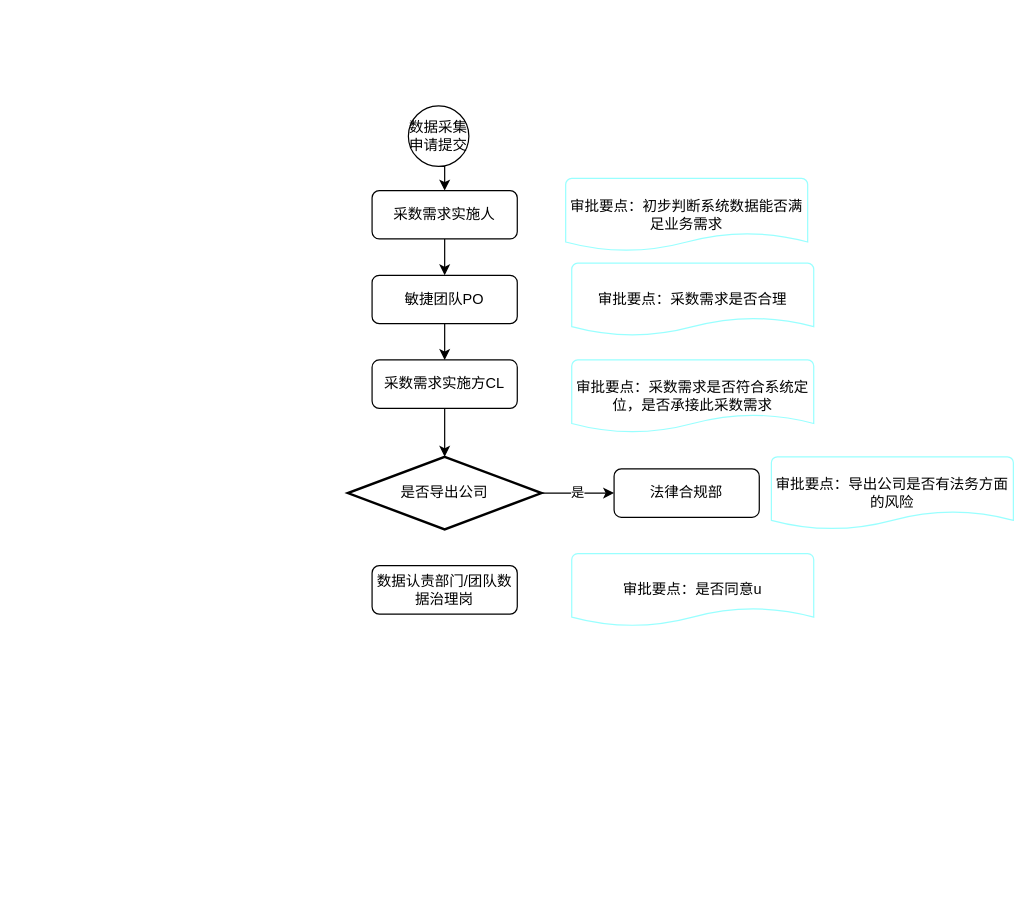
This is 数据授权.drawio from sidonghua/wuziqi, a draw.io file, before an edit. Source tidied: cells renumbered, new cells numbered last; positions are measured from the earlier drawing's top-left corner, leaving out a move shared by most shapes. Both pictures are drawn from the tidied source at 121%, with x=0, y=0 at pixel (347, 105).
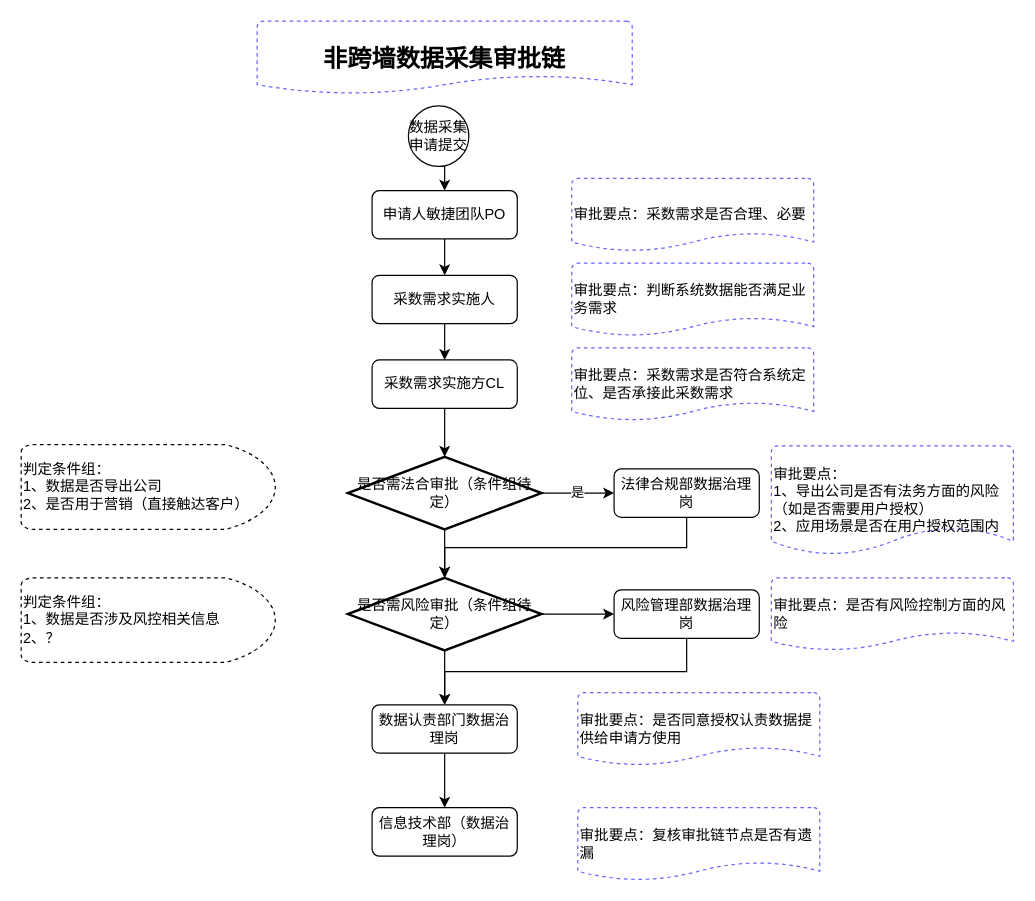
The same page after the edit.

Change to the diagram source:
```diff
@@
-    <mxCell id="5" value="敏捷团队PO" style="rounded=1;whiteSpace=wrap;html=1;" parent="1" vertex="1">
+    <mxCell id="5" value="&lt;span&gt;采数需求实施人&lt;/span&gt;" style="rounded=1;whiteSpace=wrap;html=1;" parent="1" vertex="1">
       <mxGeometry x="20" y="140" width="120" height="40" as="geometry" />
     </mxCell>
@@
-    <mxCell id="8" value="审批要点：采数需求是否合理" style="strokeWidth=1;html=1;shape=mxgraph.flowchart.document2;whiteSpace=wrap;size=0.25;strokeColor=#99FFFF;" parent="1" vertex="1">
-      <mxGeometry x="185" y="130" width="200" height="60" as="geometry" />
+    <mxCell id="8" value="审批要点：采数需求是否合理、必要" style="strokeWidth=1;html=1;shape=mxgraph.flowchart.document2;whiteSpace=wrap;size=0.25;strokeColor=#6666FF;align=left;dashed=1;" parent="1" vertex="1">
+      <mxGeometry x="185" y="60" width="200" height="60" as="geometry" />
     </mxCell>
@@
-    <mxCell id="10" value="采数需求实施人" style="rounded=1;whiteSpace=wrap;html=1;" parent="1" vertex="1">
+    <mxCell id="10" value="申请人敏捷团队PO" style="rounded=1;whiteSpace=wrap;html=1;" parent="1" vertex="1">
       <mxGeometry x="20" y="70" width="120" height="40" as="geometry" />
     </mxCell>
-    <mxCell id="11" value="审批要点：初步判断系统数据能否满足业务需求" style="strokeWidth=1;html=1;shape=mxgraph.flowchart.document2;whiteSpace=wrap;size=0.25;strokeColor=#99FFFF;" parent="1" vertex="1">
-      <mxGeometry x="180" y="60" width="200" height="60" as="geometry" />
+    <mxCell id="11" value="审批要点：判断系统数据能否满足业务需求" style="strokeWidth=1;html=1;shape=mxgraph.flowchart.document2;whiteSpace=wrap;size=0.25;strokeColor=#6666FF;align=left;dashed=1;" parent="1" vertex="1">
+      <mxGeometry x="185" y="130" width="200" height="60" as="geometry" />
     </mxCell>
-    <mxCell id="12" value="审批要点：采数需求是否符合系统定位，是否承接此采数需求" style="strokeWidth=1;html=1;shape=mxgraph.flowchart.document2;whiteSpace=wrap;size=0.25;strokeColor=#99FFFF;" parent="1" vertex="1">
-      <mxGeometry x="185" y="210" width="200" height="60" as="geometry" />
+    <mxCell id="12" value="审批要点：采数需求是否符合系统定位、是否承接此采数需求" style="strokeWidth=1;html=1;shape=mxgraph.flowchart.document2;whiteSpace=wrap;size=0.25;strokeColor=#6666FF;align=left;dashed=1;" parent="1" vertex="1">
+      <mxGeometry x="185" y="200" width="200" height="60" as="geometry" />
     </mxCell>
+    <mxCell id="19" style="edgeStyle=orthogonalEdgeStyle;rounded=0;jettySize=auto;html=1;exitX=0.5;exitY=1;exitDx=0;exitDy=0;entryX=0.5;entryY=0;entryDx=0;entryDy=0;entryPerimeter=0;" parent="1" edge="1" source="13" target="28">
+      <mxGeometry relative="1" as="geometry" />
+    </mxCell>
-    <mxCell id="13" value="法律合规部" style="rounded=1;whiteSpace=wrap;html=1;" parent="1" vertex="1">
+    <mxCell id="13" value="法律合规部数据治理岗" style="rounded=1;whiteSpace=wrap;html=1;" parent="1" vertex="1">
       <mxGeometry x="220" y="300" width="120" height="40" as="geometry" />
     </mxCell>
-    <mxCell id="14" value="审批要点：导出公司是否有法务方面的风险" style="strokeWidth=1;html=1;shape=mxgraph.flowchart.document2;whiteSpace=wrap;size=0.25;strokeColor=#99FFFF;" parent="1" vertex="1">
-      <mxGeometry x="350" y="290" width="200" height="60" as="geometry" />
+    <mxCell id="14" value="审批要点：&lt;br&gt;1、导出公司是否有法务方面的风险（如是否需要用户授权）&lt;br&gt;2、应用场景是否在用户授权范围内" style="strokeWidth=1;html=1;shape=mxgraph.flowchart.document2;whiteSpace=wrap;size=0.25;strokeColor=#6666FF;align=left;dashed=1;" parent="1" vertex="1">
+      <mxGeometry x="350" y="281" width="200" height="90" as="geometry" />
     </mxCell>
@@
+    <mxCell id="20" style="edgeStyle=orthogonalEdgeStyle;rounded=0;jettySize=auto;html=1;exitX=0.5;exitY=1;exitDx=0;exitDy=0;exitPerimeter=0;entryX=0.5;entryY=0;entryDx=0;entryDy=0;entryPerimeter=0;" parent="1" edge="1" source="16" target="28">
+      <mxGeometry relative="1" as="geometry" />
+    </mxCell>
-    <mxCell id="16" value="是否导出公司" style="strokeWidth=2;html=1;shape=mxgraph.flowchart.decision;whiteSpace=wrap;" parent="1" vertex="1">
+    <mxCell id="16" value="是否需法合审批（条件组待定）" style="strokeWidth=2;html=1;shape=mxgraph.flowchart.decision;whiteSpace=wrap;" parent="1" vertex="1">
       <mxGeometry y="290" width="160" height="60" as="geometry" />
     </mxCell>
-    <mxCell id="17" value="数据认责部门/团队数据治理岗" style="rounded=1;whiteSpace=wrap;html=1;" parent="1" vertex="1">
-      <mxGeometry x="20" y="380" width="120" height="40" as="geometry" />
-    </mxCell>
-    <mxCell id="18" value="审批要点：是否同意u" style="strokeWidth=1;html=1;shape=mxgraph.flowchart.document2;whiteSpace=wrap;size=0.25;strokeColor=#99FFFF;" parent="1" vertex="1">
-      <mxGeometry x="185" y="370" width="200" height="60" as="geometry" />
-    </mxCell>
+    <mxCell id="21" value="审批要点：是否有风险控制方面的风险" style="strokeWidth=1;html=1;shape=mxgraph.flowchart.document2;whiteSpace=wrap;size=0.25;strokeColor=#6666FF;align=left;dashed=1;" parent="1" vertex="1">
+      <mxGeometry x="350" y="390" width="200" height="60" as="geometry" />
+    </mxCell>
+    <mxCell id="22" style="edgeStyle=orthogonalEdgeStyle;rounded=0;jettySize=auto;html=1;exitX=0.5;exitY=1;exitDx=0;exitDy=0;entryX=0.5;entryY=0;entryDx=0;entryDy=0;" parent="1" edge="1" source="23" target="30">
+      <mxGeometry relative="1" as="geometry" />
+    </mxCell>
+    <mxCell id="23" value="风险管理部数据治理岗" style="rounded=1;whiteSpace=wrap;html=1;" parent="1" vertex="1">
+      <mxGeometry x="220" y="400" width="120" height="40" as="geometry" />
+    </mxCell>
+    <mxCell id="24" value="信息技术部（数据治理岗）" style="rounded=1;whiteSpace=wrap;html=1;" parent="1" vertex="1">
+      <mxGeometry x="20" y="580" width="120" height="40" as="geometry" />
+    </mxCell>
+    <mxCell id="25" value="审批要点：是否同意授权认责数据提供给申请方使用" style="strokeWidth=1;html=1;shape=mxgraph.flowchart.document2;whiteSpace=wrap;size=0.25;strokeColor=#6666FF;align=left;dashed=1;" parent="1" vertex="1">
+      <mxGeometry x="190" y="485" width="200" height="60" as="geometry" />
+    </mxCell>
+    <mxCell id="26" style="edgeStyle=orthogonalEdgeStyle;rounded=0;jettySize=auto;html=1;exitX=1;exitY=0.5;exitDx=0;exitDy=0;exitPerimeter=0;" parent="1" edge="1" source="28" target="23">
+      <mxGeometry relative="1" as="geometry" />
+    </mxCell>
+    <mxCell id="27" style="edgeStyle=orthogonalEdgeStyle;rounded=0;jettySize=auto;html=1;entryX=0.5;entryY=0;entryDx=0;entryDy=0;" parent="1" edge="1" source="28" target="30">
+      <mxGeometry relative="1" as="geometry" />
+    </mxCell>
+    <mxCell id="28" value="是否需风险审批（条件组待定）" style="strokeWidth=2;html=1;shape=mxgraph.flowchart.decision;whiteSpace=wrap;" parent="1" vertex="1">
+      <mxGeometry y="390" width="160" height="60" as="geometry" />
+    </mxCell>
+    <mxCell id="29" style="edgeStyle=orthogonalEdgeStyle;rounded=0;jettySize=auto;html=1;" parent="1" edge="1" source="30" target="24">
+      <mxGeometry relative="1" as="geometry" />
+    </mxCell>
+    <mxCell id="30" value="数据认责部门数据治理岗" style="rounded=1;whiteSpace=wrap;html=1;" parent="1" vertex="1">
+      <mxGeometry x="20" y="495" width="120" height="40" as="geometry" />
+    </mxCell>
+    <mxCell id="31" value="审批要点：复核审批链节点是否有遗漏" style="strokeWidth=1;html=1;shape=mxgraph.flowchart.document2;whiteSpace=wrap;size=0.25;strokeColor=#6666FF;align=left;dashed=1;" parent="1" vertex="1">
+      <mxGeometry x="190" y="580" width="200" height="60" as="geometry" />
+    </mxCell>
+    <mxCell id="32" value="判定条件组：&lt;br&gt;1、数据是否导出公司&lt;br&gt;2、是否用于营销（直接触达客户）" style="strokeWidth=1;html=1;shape=mxgraph.flowchart.delay;whiteSpace=wrap;dashed=1;align=left;" parent="1" vertex="1">
+      <mxGeometry x="-270" y="280" width="210" height="70" as="geometry" />
+    </mxCell>
+    <mxCell id="33" value="判定条件组：&lt;br&gt;1、数据是否涉及风控相关信息&lt;br&gt;2、？" style="strokeWidth=1;html=1;shape=mxgraph.flowchart.delay;whiteSpace=wrap;dashed=1;align=left;" parent="1" vertex="1">
+      <mxGeometry x="-270" y="390" width="210" height="70" as="geometry" />
+    </mxCell>
+    <mxCell id="34" value="&lt;b&gt;&lt;font style=&quot;font-size: 20px&quot;&gt;非跨墙数据采集审批链&lt;/font&gt;&lt;/b&gt;" style="strokeWidth=1;html=1;shape=mxgraph.flowchart.document2;whiteSpace=wrap;size=0.25;strokeColor=#6666FF;align=center;dashed=1;" parent="1" vertex="1">
+      <mxGeometry x="-75" y="-70" width="310" height="60" as="geometry" />
+    </mxCell>
```
